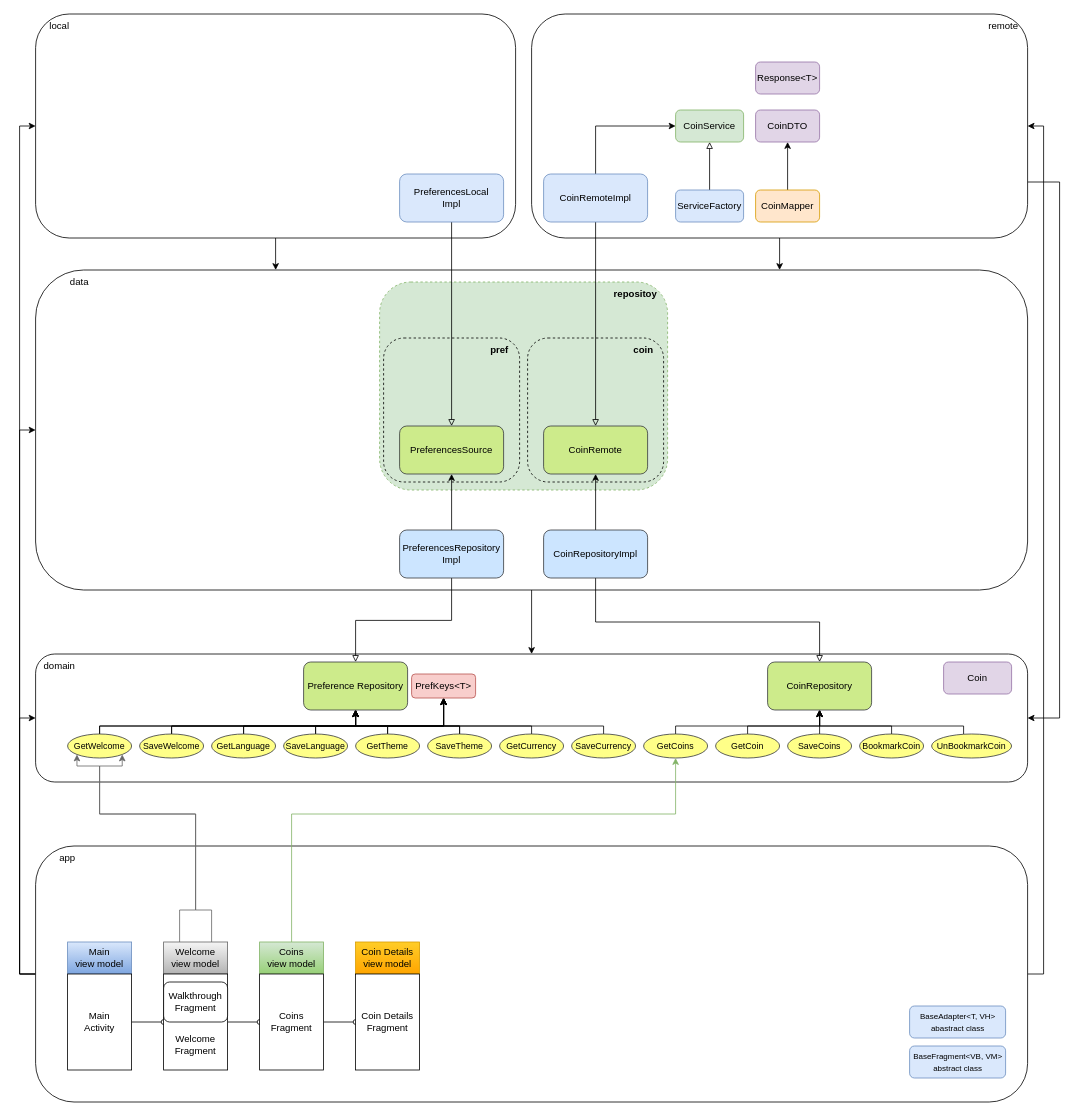
This is docs/CryptoNumismatist.drawio from hexley21/CoinFuse, a draw.io file, before an edit. Source tidied: cells renumbered, new cells numbered last; positions are measured from the earlier drawing's top-left corner, leaving out a move shared by most shapes. Both pictures are drawn from the tidied source at 80%, with x=0, y=0 at pixel (19, -58).
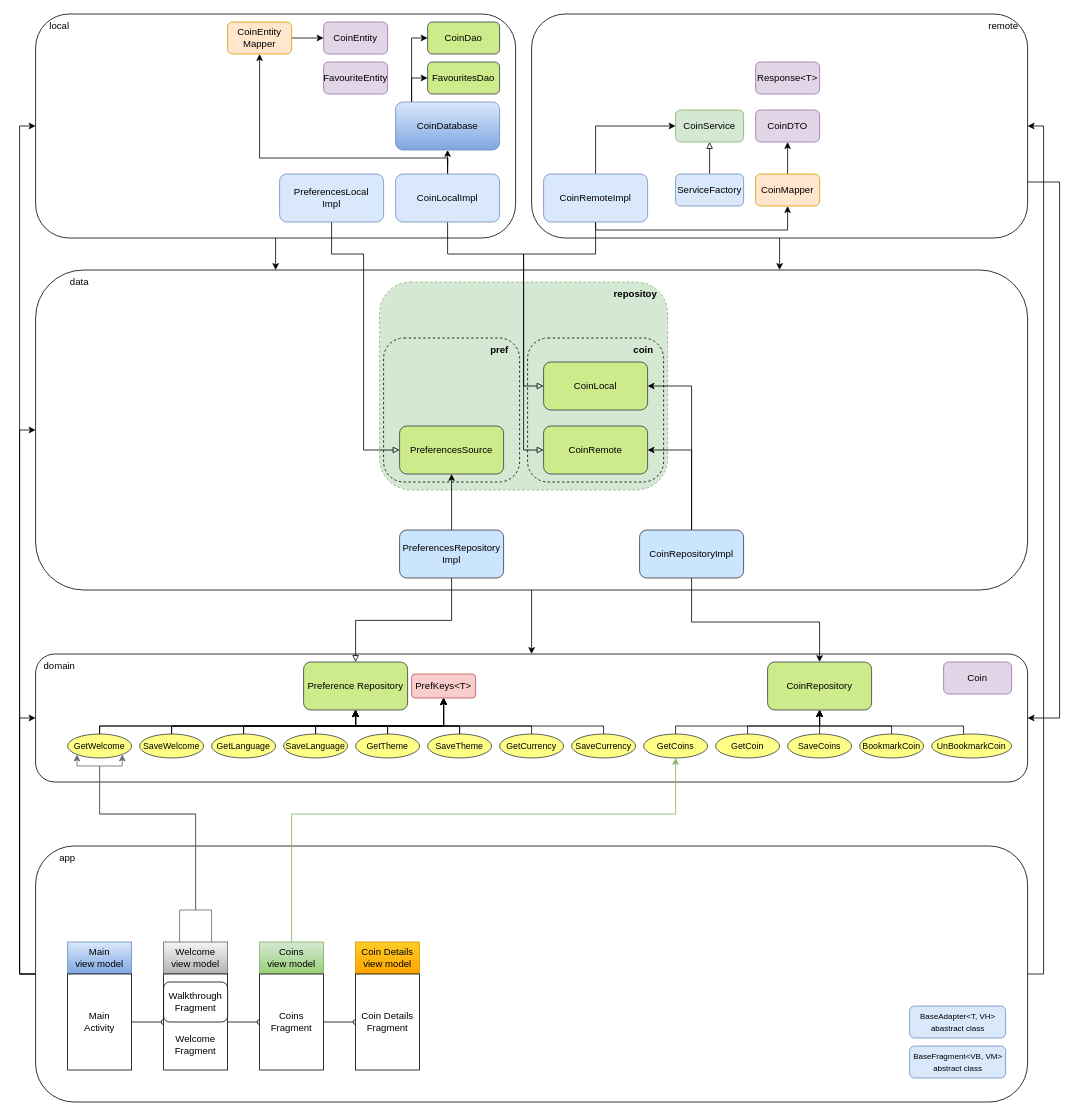
Above is the later version.

Commit message:
docs: update diagram to latest app state

Unchanged cells that the change refers to:
```xml
<mxCell id="57" value="PreferencesSource" style="rounded=1;whiteSpace=wrap;html=1;fillColor=#cdeb8b;strokeColor=#36393d;" parent="1" vertex="1">
  <mxGeometry x="475" y="605" width="130" height="60" as="geometry" />
</mxCell>
<mxCell id="68" value="CoinRemote" style="rounded=1;whiteSpace=wrap;html=1;fillColor=#cdeb8b;strokeColor=#36393d;" parent="1" vertex="1">
  <mxGeometry x="655" y="605" width="130" height="60" as="geometry" />
</mxCell>
<mxCell id="79" value="CoinRemoteImpl" style="rounded=1;whiteSpace=wrap;html=1;fillColor=#dae8fc;strokeColor=#6c8ebf;" parent="1" vertex="1">
  <mxGeometry x="655" y="290" width="130" height="60" as="geometry" />
</mxCell>
<mxCell id="88" value="&lt;font style=&quot;font-size: 12px;&quot;&gt;CoinRepository&lt;/font&gt;" style="rounded=1;whiteSpace=wrap;html=1;fillColor=#cdeb8b;strokeColor=#36393d;" parent="1" vertex="1">
  <mxGeometry x="935" y="900" width="130" height="60" as="geometry" />
</mxCell>
```

Diff of the diagram source:
```diff
@@
-    <mxCell id="62" style="edgeStyle=orthogonalEdgeStyle;rounded=0;jettySize=auto;html=1;entryX=0.5;entryY=0;entryDx=0;entryDy=0;endArrow=block;endFill=0;" parent="1" edge="1" source="63" target="57">
+    <mxCell id="62" style="edgeStyle=orthogonalEdgeStyle;rounded=0;jettySize=auto;html=1;endArrow=block;endFill=0;exitX=0.5;exitY=1;exitDx=0;exitDy=0;" parent="1" edge="1" source="63" target="57">
       <mxGeometry relative="1" as="geometry">
         <Array as="points">
-          <mxPoint x="540" y="370" />
-          <mxPoint x="540" y="370" />
+          <mxPoint x="390" y="390" />
+          <mxPoint x="430" y="390" />
+          <mxPoint x="430" y="635" />
         </Array>
       </mxGeometry>
     </mxCell>
     <mxCell id="63" value="PreferencesLocal&lt;br&gt;Impl" style="rounded=1;whiteSpace=wrap;html=1;fillColor=#dae8fc;strokeColor=#6c8ebf;" parent="1" vertex="1">
-      <mxGeometry x="475" y="290" width="130" height="60" as="geometry" />
+      <mxGeometry x="325" y="290" width="130" height="60" as="geometry" />
     </mxCell>
@@
+    <mxCell id="101" style="edgeStyle=orthogonalEdgeStyle;rounded=0;jettySize=auto;html=1;entryX=1;entryY=0.5;entryDx=0;entryDy=0;" parent="1" edge="1" source="72" target="103">
+      <mxGeometry relative="1" as="geometry">
+        <Array as="points">
+          <mxPoint x="840" y="555" />
+        </Array>
+      </mxGeometry>
+    </mxCell>
-    <mxCell id="70" style="edgeStyle=orthogonalEdgeStyle;rounded=0;jettySize=auto;html=1;entryX=0.5;entryY=1;entryDx=0;entryDy=0;" parent="1" edge="1" source="72" target="68">
-      <mxGeometry relative="1" as="geometry" />
+    <mxCell id="70" style="edgeStyle=orthogonalEdgeStyle;rounded=0;jettySize=auto;html=1;entryX=1;entryY=0.5;entryDx=0;entryDy=0;" parent="1" edge="1" source="72" target="68">
+      <mxGeometry relative="1" as="geometry">
+        <Array as="points">
+          <mxPoint x="840" y="635" />
+        </Array>
+      </mxGeometry>
     </mxCell>
-    <mxCell id="71" style="edgeStyle=orthogonalEdgeStyle;rounded=0;jettySize=auto;html=1;endArrow=block;endFill=0;" parent="1" edge="1" source="72" target="88">
+    <mxCell id="71" style="edgeStyle=orthogonalEdgeStyle;rounded=0;jettySize=auto;html=1;" parent="1" edge="1" source="72" target="88">
       <mxGeometry relative="1" as="geometry">
         <Array as="points">
-          <mxPoint x="720" y="850" />
+          <mxPoint x="840" y="850" />
           <mxPoint x="1000" y="850" />
         </Array>
       </mxGeometry>
     </mxCell>
     <mxCell id="72" value="CoinRepositoryImpl" style="rounded=1;whiteSpace=wrap;html=1;fillColor=#cce5ff;strokeColor=#36393d;" parent="1" vertex="1">
-      <mxGeometry x="655" y="735" width="130" height="60" as="geometry" />
+      <mxGeometry x="775" y="735" width="130" height="60" as="geometry" />
     </mxCell>
@@
     <mxCell id="78" style="edgeStyle=orthogonalEdgeStyle;rounded=0;jettySize=auto;html=1;endArrow=block;endFill=0;" parent="1" edge="1" source="79" target="68">
-      <mxGeometry relative="1" as="geometry" />
+      <mxGeometry relative="1" as="geometry">
+        <Array as="points">
+          <mxPoint x="720" y="390" />
+          <mxPoint x="630" y="390" />
+          <mxPoint x="630" y="635" />
+        </Array>
+      </mxGeometry>
     </mxCell>
+    <mxCell id="102" style="edgeStyle=orthogonalEdgeStyle;rounded=0;jettySize=auto;html=1;entryX=0.5;entryY=1;entryDx=0;entryDy=0;" parent="1" edge="1" source="79" target="82">
+      <mxGeometry relative="1" as="geometry">
+        <Array as="points">
+          <mxPoint x="720" y="360" />
+          <mxPoint x="960" y="360" />
+        </Array>
+      </mxGeometry>
+    </mxCell>
@@
     <mxCell id="82" value="CoinMapper" style="rounded=1;whiteSpace=wrap;html=1;fillColor=#ffe6cc;strokeColor=#d79b00;" parent="1" vertex="1">
-      <mxGeometry x="920" y="310" width="80" height="40" as="geometry" />
+      <mxGeometry x="920" y="290" width="80" height="40" as="geometry" />
     </mxCell>
@@
     <mxCell id="87" value="ServiceFactory" style="rounded=1;whiteSpace=wrap;html=1;fillColor=#dae8fc;strokeColor=#6c8ebf;" parent="1" vertex="1">
-      <mxGeometry x="820" y="310" width="85" height="40" as="geometry" />
+      <mxGeometry x="820" y="290" width="85" height="40" as="geometry" />
     </mxCell>
@@
+    <mxCell id="103" value="CoinLocal" style="rounded=1;whiteSpace=wrap;html=1;fillColor=#cdeb8b;strokeColor=#36393d;" parent="1" vertex="1">
+      <mxGeometry x="655" y="525" width="130" height="60" as="geometry" />
+    </mxCell>
+    <mxCell id="104" style="edgeStyle=orthogonalEdgeStyle;rounded=0;jettySize=auto;html=1;endArrow=block;endFill=0;" parent="1" edge="1" source="107" target="103">
+      <mxGeometry relative="1" as="geometry">
+        <Array as="points">
+          <mxPoint x="535" y="390" />
+          <mxPoint x="630" y="390" />
+          <mxPoint x="630" y="555" />
+        </Array>
+      </mxGeometry>
+    </mxCell>
+    <mxCell id="105" style="edgeStyle=orthogonalEdgeStyle;rounded=0;jettySize=auto;html=1;" parent="1" edge="1" source="107" target="110">
+      <mxGeometry relative="1" as="geometry" />
+    </mxCell>
+    <mxCell id="106" style="edgeStyle=orthogonalEdgeStyle;rounded=0;jettySize=auto;html=1;" parent="1" edge="1" source="107" target="116">
+      <mxGeometry relative="1" as="geometry">
+        <Array as="points">
+          <mxPoint x="535" y="270" />
+          <mxPoint x="300" y="270" />
+        </Array>
+      </mxGeometry>
+    </mxCell>
+    <mxCell id="107" value="CoinLocalImpl" style="rounded=1;whiteSpace=wrap;html=1;fillColor=#dae8fc;strokeColor=#6c8ebf;" parent="1" vertex="1">
+      <mxGeometry x="470" y="290" width="130" height="60" as="geometry" />
+    </mxCell>
+    <mxCell id="108" style="edgeStyle=orthogonalEdgeStyle;rounded=0;jettySize=auto;html=1;entryX=0;entryY=0.5;entryDx=0;entryDy=0;" parent="1" edge="1" source="110" target="112">
+      <mxGeometry relative="1" as="geometry">
+        <Array as="points">
+          <mxPoint x="490" y="170" />
+        </Array>
+      </mxGeometry>
+    </mxCell>
+    <mxCell id="109" style="edgeStyle=orthogonalEdgeStyle;rounded=0;jettySize=auto;html=1;entryX=0;entryY=0.5;entryDx=0;entryDy=0;" parent="1" edge="1" source="110" target="111">
+      <mxGeometry relative="1" as="geometry">
+        <Array as="points">
+          <mxPoint x="490" y="120" />
+        </Array>
+      </mxGeometry>
+    </mxCell>
+    <mxCell id="110" value="CoinDatabase" style="rounded=1;whiteSpace=wrap;html=1;fillColor=#dae8fc;strokeColor=#6c8ebf;gradientColor=#7ea6e0;" parent="1" vertex="1">
+      <mxGeometry x="470" y="200" width="130" height="60" as="geometry" />
+    </mxCell>
+    <mxCell id="111" value="CoinDao" style="rounded=1;whiteSpace=wrap;html=1;fillColor=#cdeb8b;strokeColor=#36393d;" parent="1" vertex="1">
+      <mxGeometry x="510" y="100" width="90" height="40" as="geometry" />
+    </mxCell>
+    <mxCell id="112" value="FavouritesDao" style="rounded=1;whiteSpace=wrap;html=1;fillColor=#cdeb8b;strokeColor=#36393d;" parent="1" vertex="1">
+      <mxGeometry x="510" y="150" width="90" height="40" as="geometry" />
+    </mxCell>
+    <mxCell id="113" value="CoinEntity" style="rounded=1;whiteSpace=wrap;html=1;fillColor=#e1d5e7;strokeColor=#9673a6;" parent="1" vertex="1">
+      <mxGeometry x="380" y="100" width="80" height="40" as="geometry" />
+    </mxCell>
+    <mxCell id="114" value="FavouriteEntity" style="rounded=1;whiteSpace=wrap;html=1;fillColor=#e1d5e7;strokeColor=#9673a6;" parent="1" vertex="1">
+      <mxGeometry x="380" y="150" width="80" height="40" as="geometry" />
+    </mxCell>
+    <mxCell id="115" style="edgeStyle=orthogonalEdgeStyle;rounded=0;jettySize=auto;html=1;" parent="1" edge="1" source="116" target="113">
+      <mxGeometry relative="1" as="geometry" />
+    </mxCell>
+    <mxCell id="116" value="CoinEntity&lt;br&gt;Mapper" style="rounded=1;whiteSpace=wrap;html=1;fillColor=#ffe6cc;strokeColor=#d79b00;" parent="1" vertex="1">
+      <mxGeometry x="260" y="100" width="80" height="40" as="geometry" />
+    </mxCell>
```
